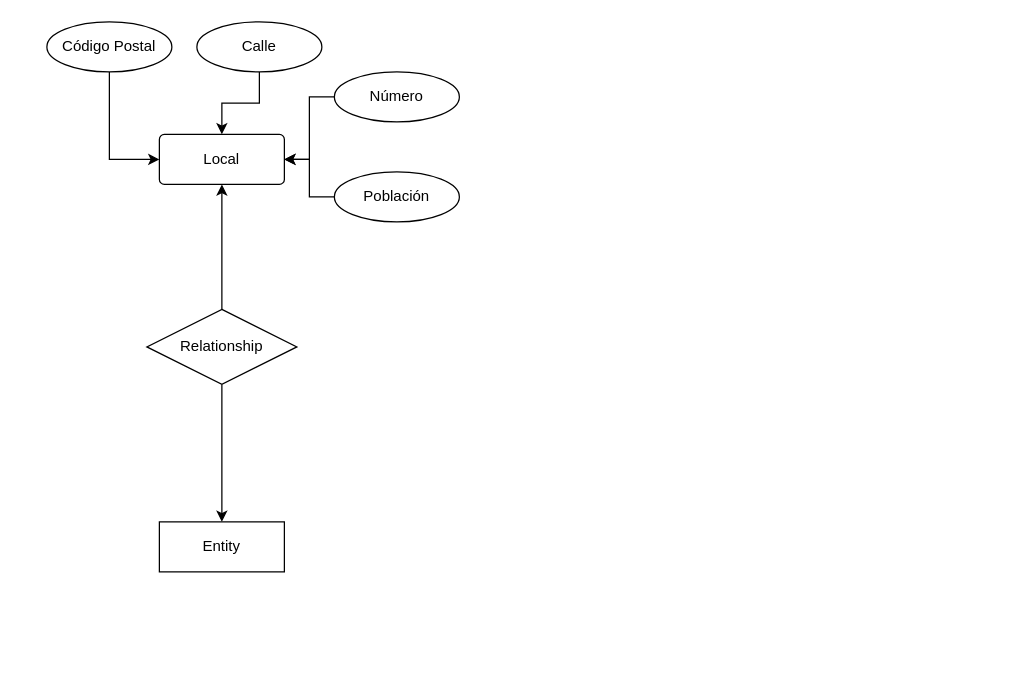
The draw.io diagram cafe_panad_bdd.drawio in sergaarcia/BBDD, before the edit. Source tidied: cells renumbered, new cells numbered last; positions are measured from the earlier drawing's top-left corner, leaving out a move shared by most shapes. Both pictures are drawn from the tidied source at 125%, with x=0, y=0 at pixel (46, 21).
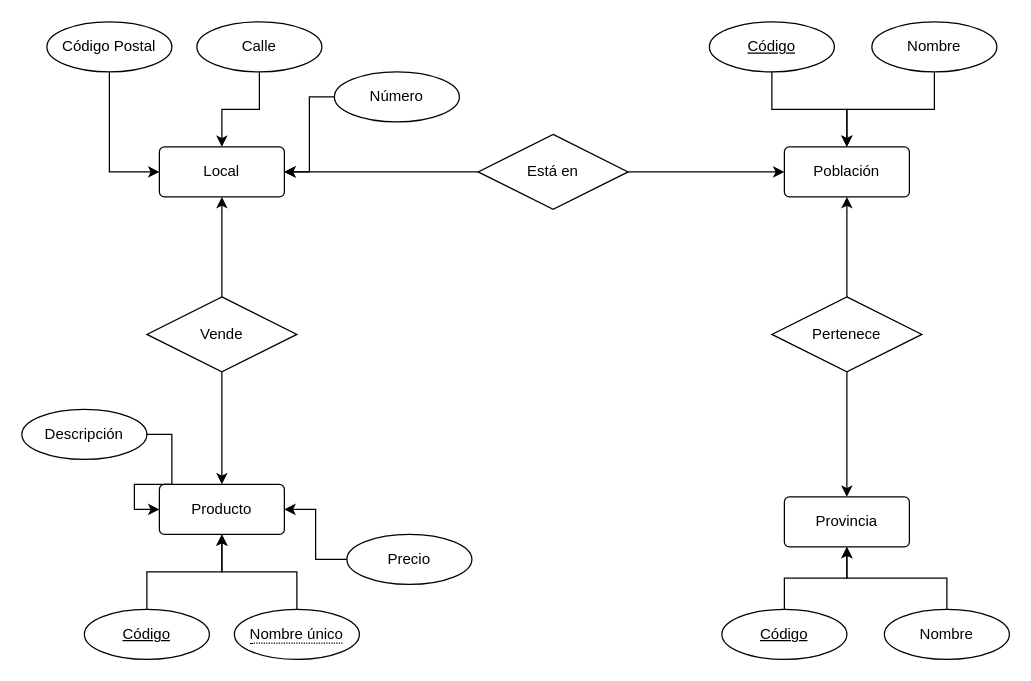
After the change.

Change to the diagram source:
```diff
@@
     <mxCell id="2" value="Local" style="rounded=1;arcSize=10;whiteSpace=wrap;html=1;align=center;" parent="1" vertex="1">
-      <mxGeometry x="90" y="90" width="100" height="40" as="geometry" />
+      <mxGeometry x="90" y="100" width="100" height="40" as="geometry" />
     </mxCell>
-    <mxCell id="3" value="Entity" style="whiteSpace=wrap;html=1;align=center;" parent="1" vertex="1">
-      <mxGeometry x="90" y="400" width="100" height="40" as="geometry" />
-    </mxCell>
@@
-    <mxCell id="5" style="edgeStyle=orthogonalEdgeStyle;rounded=0;jettySize=auto;html=1;" parent="1" edge="1" source="6" target="3">
-      <mxGeometry relative="1" as="geometry" />
-    </mxCell>
+    <mxCell id="15" style="edgeStyle=orthogonalEdgeStyle;rounded=0;jettySize=auto;html=1;" parent="1" edge="1" source="6" target="14">
+      <mxGeometry relative="1" as="geometry" />
+    </mxCell>
-    <mxCell id="6" value="Relationship" style="shape=rhombus;perimeter=rhombusPerimeter;whiteSpace=wrap;html=1;align=center;" parent="1" vertex="1">
-      <mxGeometry x="80" y="230" width="120" height="60" as="geometry" />
+    <mxCell id="6" value="Está en" style="shape=rhombus;perimeter=rhombusPerimeter;whiteSpace=wrap;html=1;align=center;" parent="1" vertex="1">
+      <mxGeometry x="345" y="90" width="120" height="60" as="geometry" />
     </mxCell>
@@
-    <mxCell id="13" style="edgeStyle=orthogonalEdgeStyle;rounded=0;jettySize=auto;html=1;" parent="1" edge="1" source="14" target="2">
-      <mxGeometry relative="1" as="geometry" />
-    </mxCell>
+    <mxCell id="16" style="edgeStyle=orthogonalEdgeStyle;rounded=0;jettySize=auto;html=1;entryX=0.5;entryY=0;entryDx=0;entryDy=0;" parent="1" edge="1" source="17" target="14">
+      <mxGeometry relative="1" as="geometry" />
+    </mxCell>
+    <mxCell id="17" value="Código" style="ellipse;whiteSpace=wrap;html=1;align=center;fontStyle=4;" parent="1" vertex="1">
+      <mxGeometry x="530" width="100" height="40" as="geometry" />
+    </mxCell>
+    <mxCell id="18" style="edgeStyle=orthogonalEdgeStyle;rounded=0;jettySize=auto;html=1;entryX=0.5;entryY=0;entryDx=0;entryDy=0;" parent="1" edge="1" source="19" target="14">
+      <mxGeometry relative="1" as="geometry" />
+    </mxCell>
+    <mxCell id="19" value="Nombre" style="ellipse;whiteSpace=wrap;html=1;align=center;" parent="1" vertex="1">
+      <mxGeometry x="660" width="100" height="40" as="geometry" />
+    </mxCell>
+    <mxCell id="20" style="edgeStyle=orthogonalEdgeStyle;rounded=0;jettySize=auto;html=1;entryX=0.5;entryY=1;entryDx=0;entryDy=0;" parent="1" edge="1" source="22" target="14">
+      <mxGeometry relative="1" as="geometry" />
+    </mxCell>
+    <mxCell id="21" style="edgeStyle=orthogonalEdgeStyle;rounded=0;jettySize=auto;html=1;" parent="1" edge="1" source="22" target="23">
+      <mxGeometry relative="1" as="geometry" />
+    </mxCell>
+    <mxCell id="22" value="Pertenece" style="shape=rhombus;perimeter=rhombusPerimeter;whiteSpace=wrap;html=1;align=center;" parent="1" vertex="1">
+      <mxGeometry x="580" y="220" width="120" height="60" as="geometry" />
+    </mxCell>
-    <mxCell id="14" value="Población" style="ellipse;whiteSpace=wrap;html=1;align=center;" parent="1" vertex="1">
-      <mxGeometry x="230" y="120" width="100" height="40" as="geometry" />
+    <mxCell id="14" value="Población" style="rounded=1;arcSize=10;whiteSpace=wrap;html=1;align=center;" parent="1" vertex="1">
+      <mxGeometry x="590" y="100" width="100" height="40" as="geometry" />
     </mxCell>
+    <mxCell id="23" value="Provincia" style="rounded=1;arcSize=10;whiteSpace=wrap;html=1;align=center;" parent="1" vertex="1">
+      <mxGeometry x="590" y="380" width="100" height="40" as="geometry" />
+    </mxCell>
+    <mxCell id="24" style="edgeStyle=orthogonalEdgeStyle;rounded=0;jettySize=auto;html=1;entryX=0.5;entryY=1;entryDx=0;entryDy=0;" parent="1" edge="1" source="25" target="23">
+      <mxGeometry relative="1" as="geometry" />
+    </mxCell>
+    <mxCell id="25" value="Nombre" style="ellipse;whiteSpace=wrap;html=1;align=center;" parent="1" vertex="1">
+      <mxGeometry x="670" y="470" width="100" height="40" as="geometry" />
+    </mxCell>
+    <mxCell id="26" style="edgeStyle=orthogonalEdgeStyle;rounded=0;jettySize=auto;html=1;entryX=0.5;entryY=1;entryDx=0;entryDy=0;" parent="1" edge="1" source="27" target="23">
+      <mxGeometry relative="1" as="geometry" />
+    </mxCell>
+    <mxCell id="27" value="Código" style="ellipse;whiteSpace=wrap;html=1;align=center;fontStyle=4;" parent="1" vertex="1">
+      <mxGeometry x="540" y="470" width="100" height="40" as="geometry" />
+    </mxCell>
+    <mxCell id="28" value="Producto" style="rounded=1;arcSize=10;whiteSpace=wrap;html=1;align=center;" parent="1" vertex="1">
+      <mxGeometry x="90" y="370" width="100" height="40" as="geometry" />
+    </mxCell>
+    <mxCell id="29" style="edgeStyle=orthogonalEdgeStyle;rounded=0;jettySize=auto;html=1;" parent="1" edge="1" source="31" target="2">
+      <mxGeometry relative="1" as="geometry" />
+    </mxCell>
+    <mxCell id="30" style="edgeStyle=orthogonalEdgeStyle;rounded=0;jettySize=auto;html=1;entryX=0.5;entryY=0;entryDx=0;entryDy=0;" parent="1" edge="1" source="31" target="28">
+      <mxGeometry relative="1" as="geometry" />
+    </mxCell>
+    <mxCell id="31" value="Vende" style="shape=rhombus;perimeter=rhombusPerimeter;whiteSpace=wrap;html=1;align=center;" parent="1" vertex="1">
+      <mxGeometry x="80" y="220" width="120" height="60" as="geometry" />
+    </mxCell>
+    <mxCell id="32" style="edgeStyle=orthogonalEdgeStyle;rounded=0;jettySize=auto;html=1;entryX=0.5;entryY=1;entryDx=0;entryDy=0;" parent="1" edge="1" source="33" target="28">
+      <mxGeometry relative="1" as="geometry" />
+    </mxCell>
+    <mxCell id="33" value="Código" style="ellipse;whiteSpace=wrap;html=1;align=center;fontStyle=4;" parent="1" vertex="1">
+      <mxGeometry x="30" y="470" width="100" height="40" as="geometry" />
+    </mxCell>
+    <mxCell id="34" style="edgeStyle=orthogonalEdgeStyle;rounded=0;jettySize=auto;html=1;entryX=0.5;entryY=1;entryDx=0;entryDy=0;" parent="1" edge="1" source="35" target="28">
+      <mxGeometry relative="1" as="geometry" />
+    </mxCell>
+    <mxCell id="35" value="&lt;span style=&quot;border-bottom: 1px dotted&quot;&gt;Nombre único&lt;/span&gt;" style="ellipse;whiteSpace=wrap;html=1;align=center;" parent="1" vertex="1">
+      <mxGeometry x="150" y="470" width="100" height="40" as="geometry" />
+    </mxCell>
+    <mxCell id="36" style="edgeStyle=orthogonalEdgeStyle;rounded=0;jettySize=auto;html=1;entryX=0;entryY=0.5;entryDx=0;entryDy=0;" parent="1" edge="1" source="37" target="28">
+      <mxGeometry relative="1" as="geometry" />
+    </mxCell>
+    <mxCell id="37" value="Descripción" style="ellipse;whiteSpace=wrap;html=1;align=center;" parent="1" vertex="1">
+      <mxGeometry x="-20" y="310" width="100" height="40" as="geometry" />
+    </mxCell>
+    <mxCell id="38" style="edgeStyle=orthogonalEdgeStyle;rounded=0;jettySize=auto;html=1;entryX=1;entryY=0.5;entryDx=0;entryDy=0;" parent="1" edge="1" source="39" target="28">
+      <mxGeometry relative="1" as="geometry" />
+    </mxCell>
+    <mxCell id="39" value="Precio" style="ellipse;whiteSpace=wrap;html=1;align=center;" parent="1" vertex="1">
+      <mxGeometry x="240" y="410" width="100" height="40" as="geometry" />
+    </mxCell>
```
